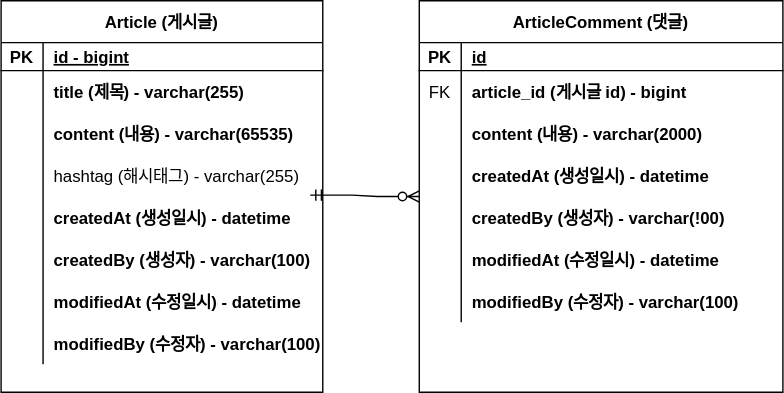
brince0304/toy-board-project keeps this draw.io diagram as document/project-board-erd.drawio.svg. Above is the earlier version. Source tidied: cells renumbered, new cells last; positions are measured from the earlier drawing's top-left corner, leaving out a move shared by most shapes.
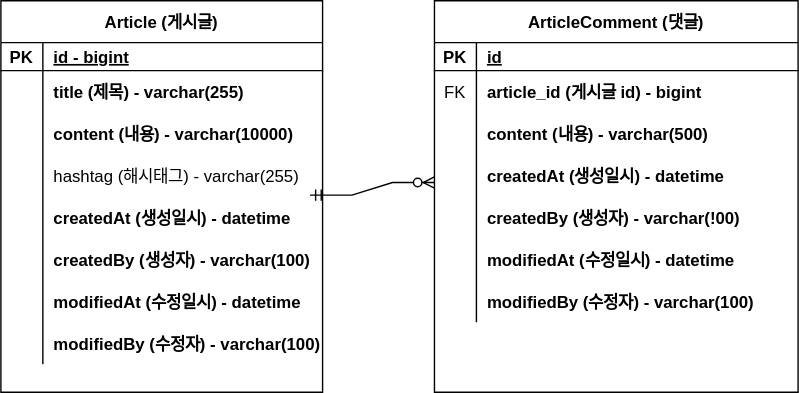
After the change.

Commit message:
#10 ERD 업데이트

Change to the diagram source:
```diff
@@ -3,7 +3,7 @@
     <mxCell id="0" />
     <mxCell id="1" parent="0" />
     <mxCell id="2" value="Article (게시글)" style="shape=table;startSize=30;rowLines=0;fontStyle=1;align=center;" parent="1" vertex="1">
-      <mxGeometry width="230" height="280" as="geometry" />
+      <mxGeometry x="-11" y="10" width="230" height="280" as="geometry" />
     </mxCell>
     <mxCell id="3" style="shape=tableRow;horizontal=0;startSize=0;swimlaneHead=0;swimlaneBody=0;fillColor=none;top=0;left=0;right=0;bottom=1;" parent="2" vertex="1">
       <mxGeometry y="30" width="230" height="20" as="geometry" />
@@ -29,7 +29,7 @@
     <mxCell id="10" style="shape=partialRectangle;fillColor=none;top=0;left=0;bottom=0;right=0;overflow=hidden;" parent="9" vertex="1">
       <mxGeometry width="30" height="30" as="geometry" />
     </mxCell>
-    <mxCell id="11" value="content (내용) - varchar(65535)" style="shape=partialRectangle;fillColor=none;top=0;left=0;bottom=0;right=0;align=left;spacingLeft=6;overflow=hidden;fontStyle=1;" parent="9" vertex="1">
+    <mxCell id="11" value="content (내용) - varchar(10000)" style="shape=partialRectangle;fillColor=none;top=0;left=0;bottom=0;right=0;align=left;spacingLeft=6;overflow=hidden;fontStyle=1;" parent="9" vertex="1">
       <mxGeometry x="30" width="200" height="30" as="geometry" />
     </mxCell>
     <mxCell id="12" style="shape=tableRow;horizontal=0;startSize=0;swimlaneHead=0;swimlaneBody=0;fillColor=none;points=[[0,0.5],[1,0.5]];portConstraint=eastwest;top=0;left=0;right=0;bottom=0;" parent="2" vertex="1">
@@ -78,7 +78,7 @@
       <mxGeometry x="30" width="200" height="30" as="geometry" />
     </mxCell>
     <mxCell id="27" value="ArticleComment (댓글)" style="shape=table;startSize=30;rowLines=0;fontStyle=1;align=center;" parent="1" vertex="1">
-      <mxGeometry x="299" width="260" height="280" as="geometry" />
+      <mxGeometry x="299" y="10" width="260" height="280" as="geometry" />
     </mxCell>
     <mxCell id="28" style="shape=tableRow;horizontal=0;startSize=0;swimlaneHead=0;swimlaneBody=0;fillColor=none;top=0;left=0;right=0;bottom=1;" parent="27" vertex="1">
       <mxGeometry y="30" width="260" height="20" as="geometry" />
@@ -104,7 +104,7 @@
     <mxCell id="35" style="shape=partialRectangle;fillColor=none;top=0;left=0;bottom=0;right=0;overflow=hidden;" parent="34" vertex="1">
       <mxGeometry width="30" height="30" as="geometry" />
     </mxCell>
-    <mxCell id="36" value="content (내용) - varchar(2000)" style="shape=partialRectangle;fillColor=none;top=0;left=0;bottom=0;right=0;align=left;spacingLeft=6;overflow=hidden;fontStyle=1;" parent="34" vertex="1">
+    <mxCell id="36" value="content (내용) - varchar(500)" style="shape=partialRectangle;fillColor=none;top=0;left=0;bottom=0;right=0;align=left;spacingLeft=6;overflow=hidden;fontStyle=1;" parent="34" vertex="1">
       <mxGeometry x="30" width="230" height="30" as="geometry" />
     </mxCell>
     <mxCell id="37" style="shape=tableRow;horizontal=0;startSize=0;swimlaneHead=0;swimlaneBody=0;fillColor=none;top=0;left=0;right=0;bottom=0;" parent="27" vertex="1">
```
